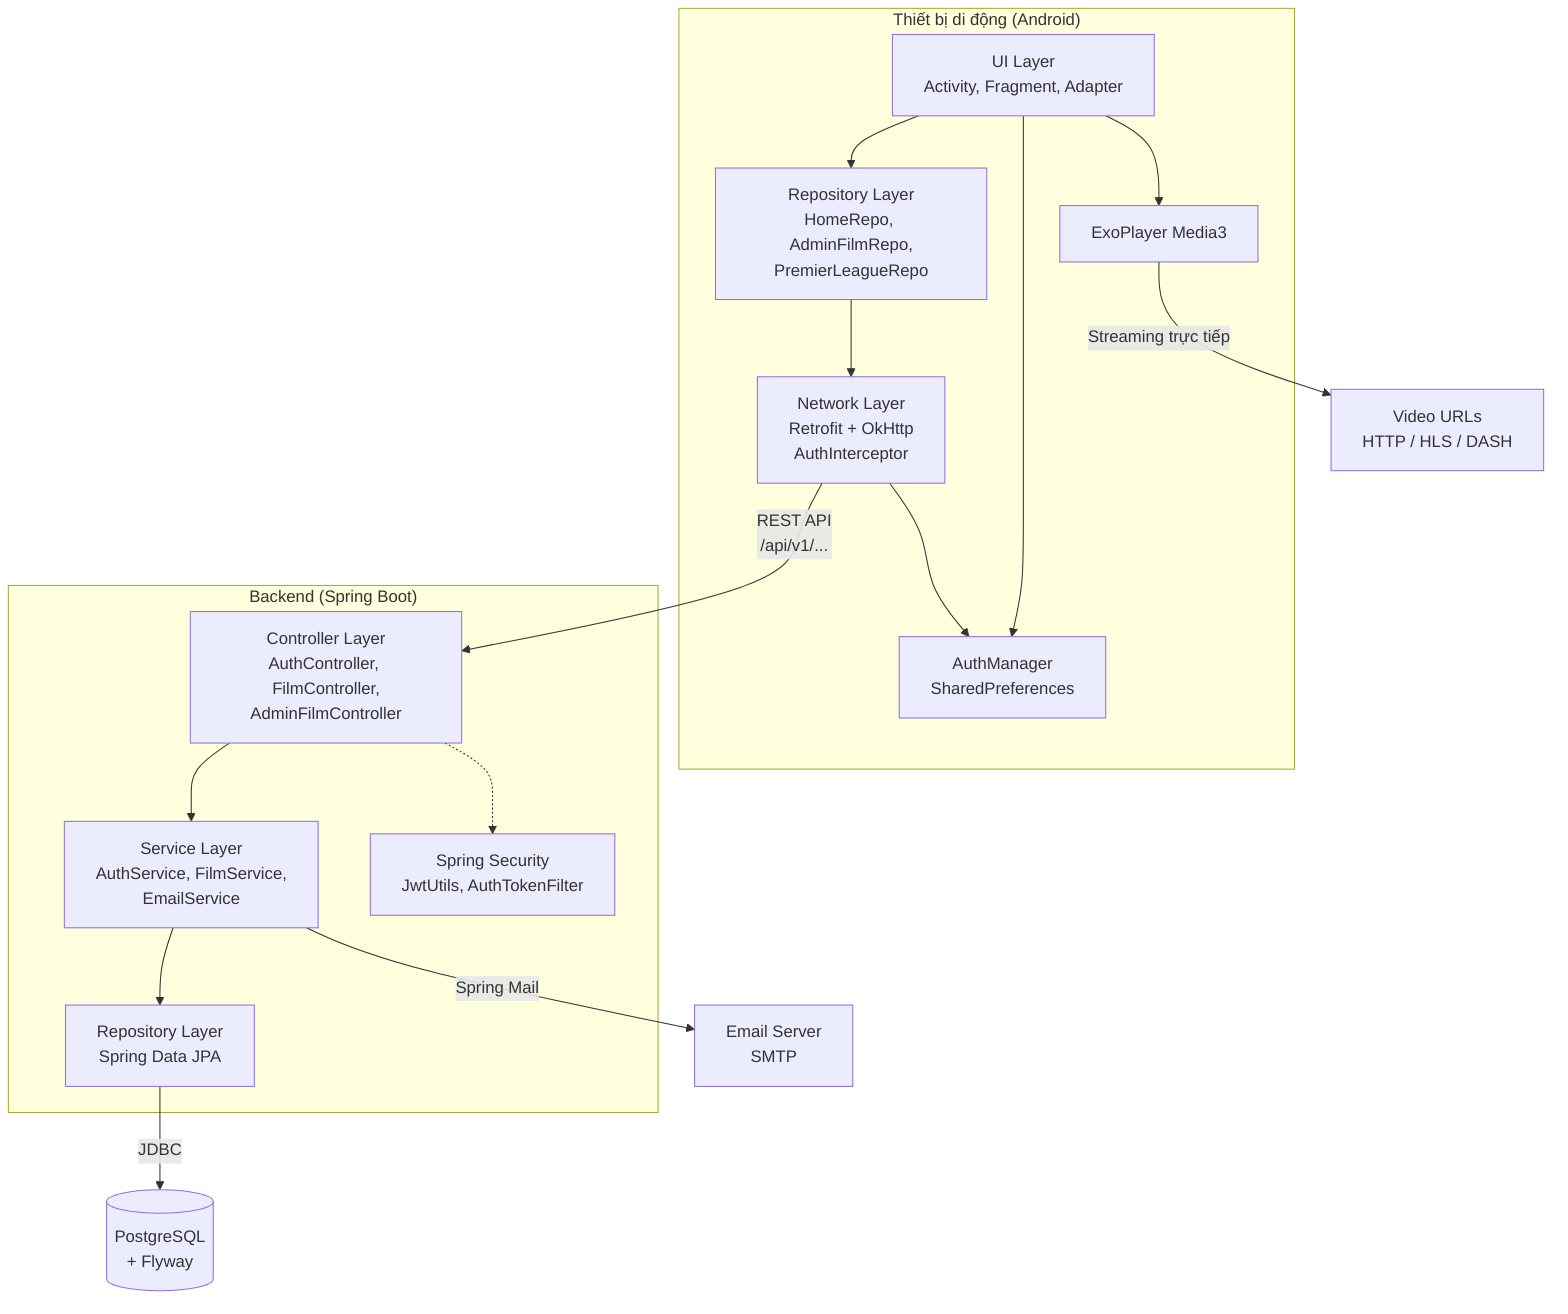
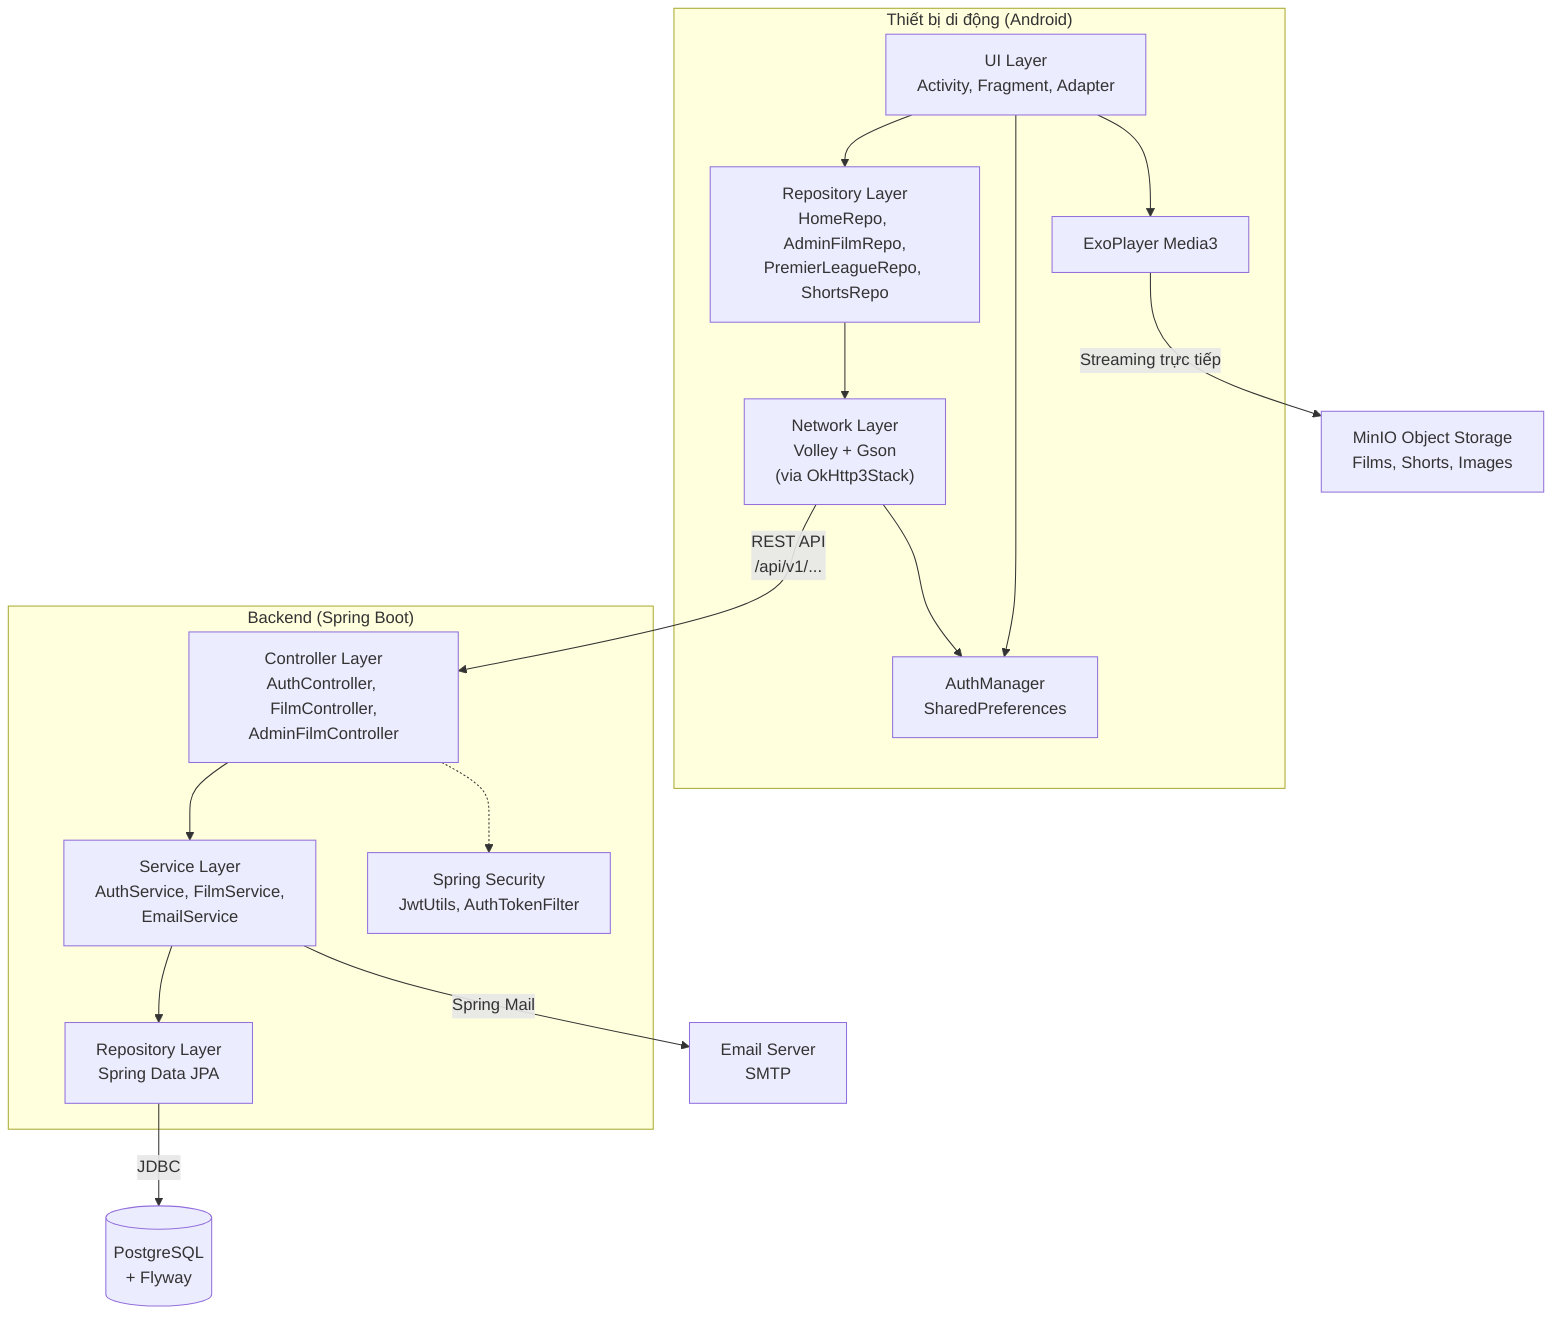
%%{init: {"theme": "default"}}%%
flowchart TB
    subgraph Mobile["Thiết bị di động (Android)"]
        UI[UI Layer<br/>Activity, Fragment, Adapter]
-         Repo[Repository Layer<br/>HomeRepo, AdminFilmRepo,<br/>PremierLeagueRepo]
+         Repo[Repository Layer<br/>HomeRepo, AdminFilmRepo,<br/>PremierLeagueRepo, ShortsRepo]
        Auth[AuthManager<br/>SharedPreferences]
-         Net[Network Layer<br/>Retrofit + OkHttp<br/>AuthInterceptor]
+         Net["Network Layer<br/>Volley + Gson<br/>(via OkHttp3Stack)"]
        Player[ExoPlayer Media3]
        UI --> Repo
        UI --> Auth
        UI --> Player
        Repo --> Net
        Net --> Auth
    end

    subgraph Backend["Backend (Spring Boot)"]
        Ctrl[Controller Layer<br/>AuthController, FilmController,<br/>AdminFilmController]
        Svc[Service Layer<br/>AuthService, FilmService,<br/>EmailService]
        RepoJ[Repository Layer<br/>Spring Data JPA]
        Sec[Spring Security<br/>JwtUtils, AuthTokenFilter]
        Ctrl --> Svc
        Svc --> RepoJ
        Ctrl -.-> Sec
    end

    DB[(PostgreSQL<br/>+ Flyway)]
    SMTP[Email Server<br/>SMTP]
-     CDN[Video URLs<br/>HTTP / HLS / DASH]
+     CDN[MinIO Object Storage<br/>Films, Shorts, Images]

    Net -->|REST API<br/>/api/v1/...| Ctrl
    RepoJ -->|JDBC| DB
    Svc -->|Spring Mail| SMTP
    Player -->|Streaming trực tiếp| CDN
